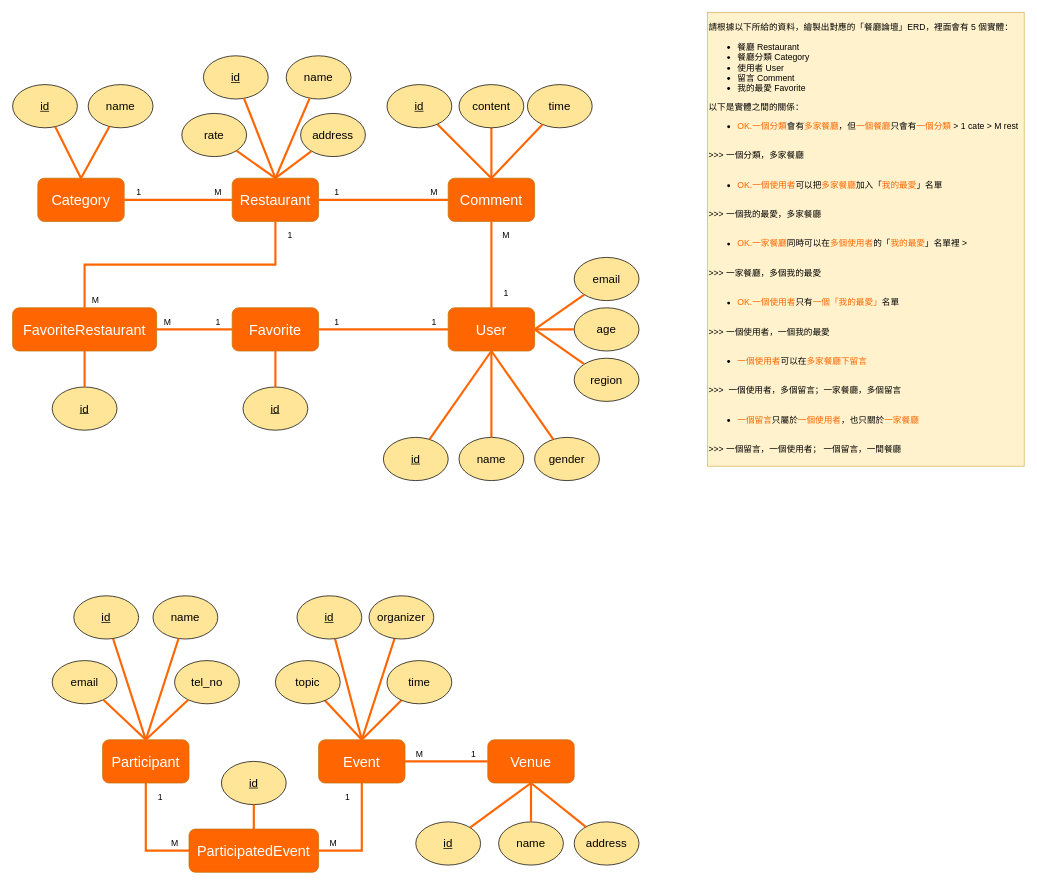
Before: 餐廳論壇ERD-ver3.drawio in z88243310/bins, a draw.io diagram. Source tidied: cells renumbered, new cells numbered last; positions are measured from the earlier drawing's top-left corner, leaving out a move shared by most shapes. Both pictures are drawn from the tidied source at 72%, with x=0, y=0 at pixel (12, 12).
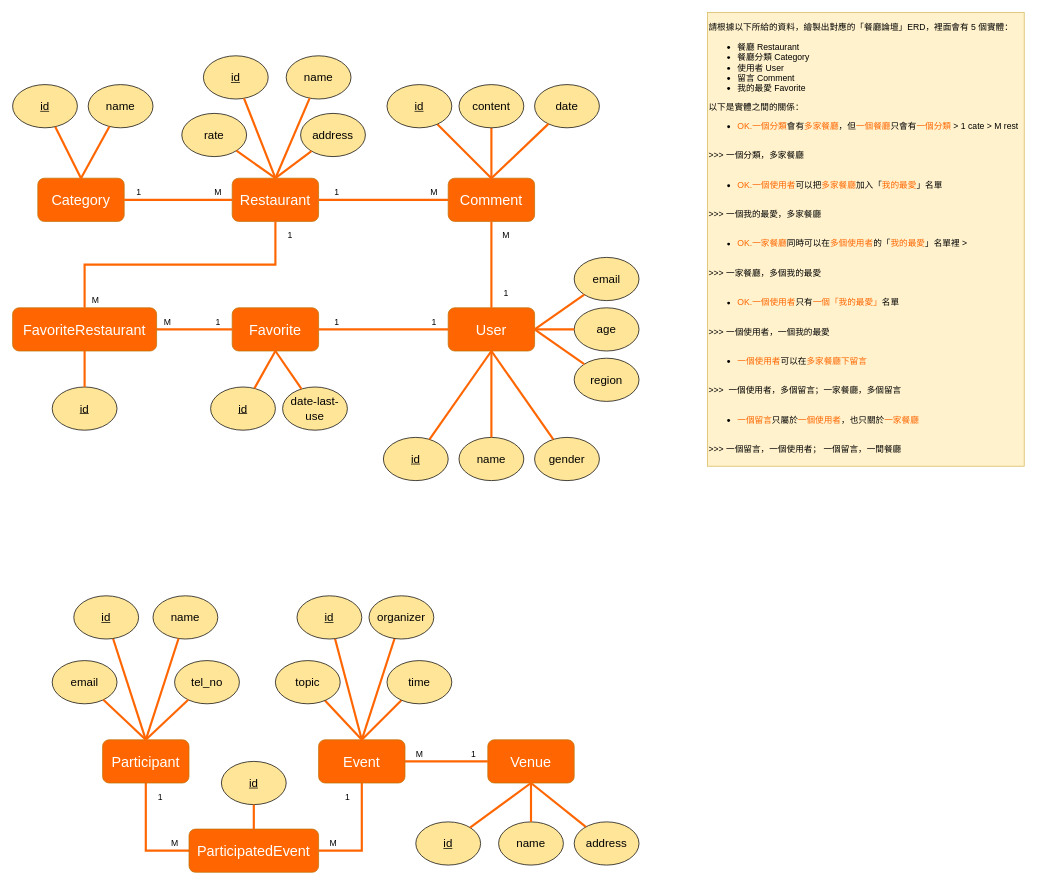
The same diagram, later.

Commit message:
更新餐廳論壇ERD-ver3.drawio

The change refers to these unchanged cells:
```xml
<mxCell id="44" value="Favorite" style="rounded=1;whiteSpace=wrap;html=1;fillColor=#FF6602;strokeColor=#BD7000;fontColor=#FFFFFF;fontSize=20;" parent="1" vertex="1">
  <mxGeometry x="305" y="410" width="120" height="60" as="geometry" />
</mxCell>
```

Change to the diagram source:
```diff
@@
-    <mxCell id="80" value="time" style="ellipse;whiteSpace=wrap;html=1;fillColor=#FFE598;fontSize=16;" parent="1" vertex="1">
-      <mxGeometry x="715" y="100" width="90" height="60" as="geometry" />
+    <mxCell id="80" value="date" style="ellipse;whiteSpace=wrap;html=1;fillColor=#FFE598;fontSize=16;" parent="1" vertex="1">
+      <mxGeometry x="725" y="100" width="90" height="60" as="geometry" />
     </mxCell>
@@
     <mxCell id="94" value="&lt;u&gt;id&lt;/u&gt;" style="ellipse;whiteSpace=wrap;html=1;fillColor=#FFE598;fontSize=16;" parent="1" vertex="1">
-      <mxGeometry x="320" y="520" width="90" height="60" as="geometry" />
+      <mxGeometry x="275" y="520" width="90" height="60" as="geometry" />
     </mxCell>
@@
+    <mxCell id="98" value="date-last-use" style="ellipse;whiteSpace=wrap;html=1;fillColor=#FFE598;fontSize=16;" parent="1" vertex="1">
+      <mxGeometry x="375" y="520" width="90" height="60" as="geometry" />
+    </mxCell>
+    <mxCell id="99" style="edgeStyle=none;rounded=0;jettySize=auto;html=1;fontSize=16;fontColor=#FFFFFF;endArrow=none;endFill=0;strokeColor=#FF6602;strokeWidth=3;exitX=0.5;exitY=1;exitDx=0;exitDy=0;" parent="1" edge="1" source="44" target="98">
+      <mxGeometry relative="1" as="geometry" />
+    </mxCell>
```
